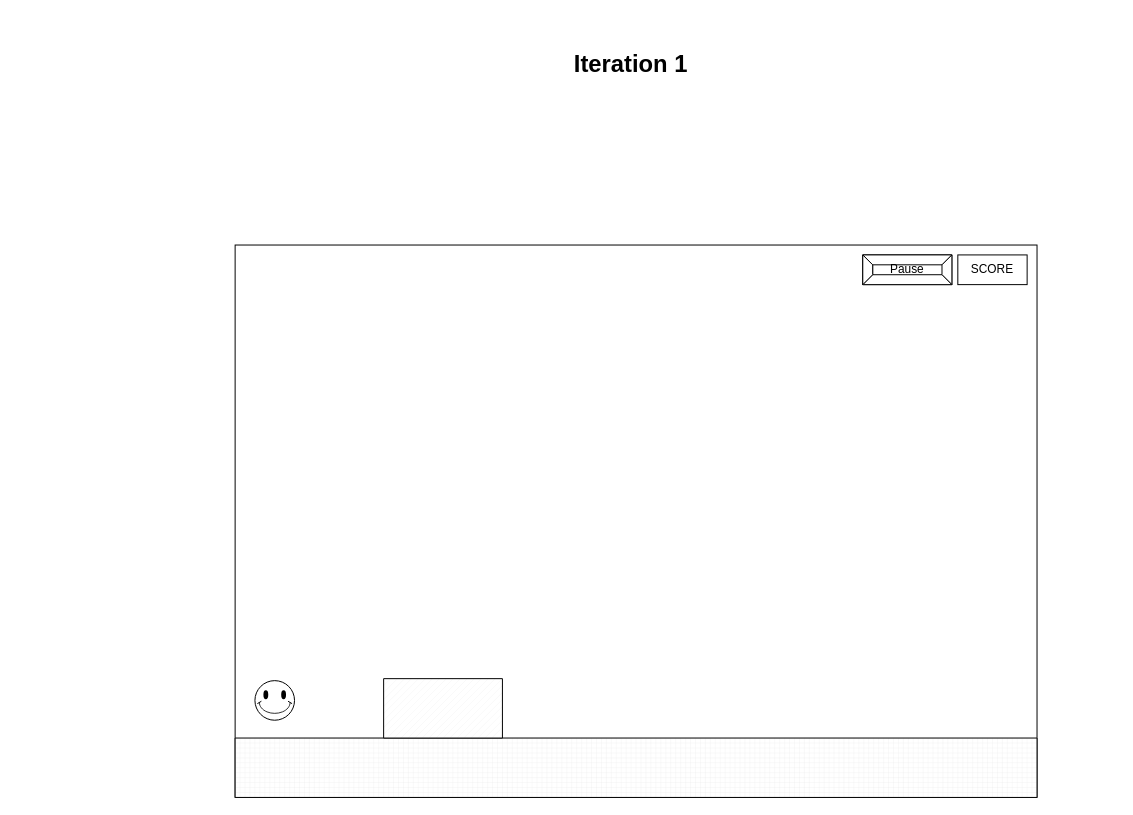
Earlier version of the draw.io diagram Project/UI Design.drawio (zveric/Computer-Science-Notes). Source tidied: cells renumbered, new cells numbered last; positions are measured from the earlier drawing's top-left corner, leaving out a move shared by most shapes. Both pictures are drawn from the tidied source at 99%, with x=0, y=0 at pixel (235, 45).
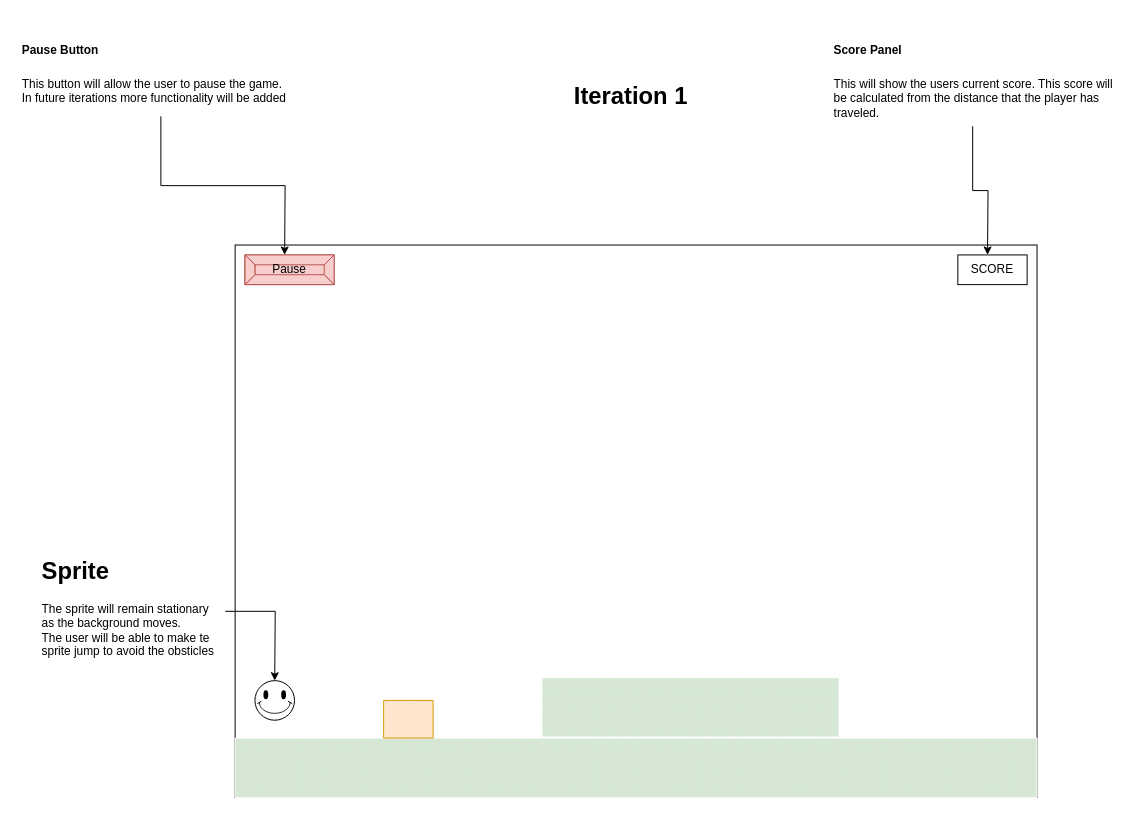
After the change.

Change to the diagram source:
```diff
@@
 <mxGraphModel>
   <root>
     <mxCell id="0" />
     <mxCell id="1" parent="0" />
     <mxCell id="2" value="&lt;h1&gt;Iteration 1&lt;/h1&gt;" style="text;html=1;strokeColor=none;fillColor=none;align=center;verticalAlign=middle;whiteSpace=wrap;rounded=0;" parent="1" vertex="1">
-      <mxGeometry x="320" width="160" height="40" as="geometry" />
+      <mxGeometry x="320" y="32" width="160" height="40" as="geometry" />
     </mxCell>
     <mxCell id="3" style="rounded=0;whiteSpace=wrap;html=1;" parent="1" vertex="1">
       <mxGeometry y="202" width="810" height="558" as="geometry" />
     </mxCell>
     <mxCell id="4" value="SCORE" style="rounded=0;whiteSpace=wrap;html=1;" parent="1" vertex="1">
       <mxGeometry x="730" y="212" width="70" height="30" as="geometry" />
     </mxCell>
-    <mxCell id="5" value="Pause" style="labelPosition=center;verticalLabelPosition=middle;align=center;html=1;shape=mxgraph.basic.button;dx=10;whiteSpace=wrap;" parent="1" vertex="1">
-      <mxGeometry x="634" y="212" width="90" height="30" as="geometry" />
+    <mxCell id="5" value="Pause" style="labelPosition=center;verticalLabelPosition=middle;align=center;html=1;shape=mxgraph.basic.button;dx=10;whiteSpace=wrap;fillColor=#f8cecc;strokeColor=#b85450;" parent="1" vertex="1">
+      <mxGeometry x="10" y="212" width="90" height="30" as="geometry" />
     </mxCell>
     <mxCell id="6" style="verticalLabelPosition=bottom;verticalAlign=top;html=1;shape=mxgraph.basic.smiley;" parent="1" vertex="1">
       <mxGeometry x="20" y="642" width="40" height="40" as="geometry" />
     </mxCell>
-    <mxCell id="7" style="verticalLabelPosition=bottom;verticalAlign=top;html=1;shape=mxgraph.basic.patternFillRect;fillStyle=grid;step=5;fillStrokeWidth=0.2;fillStrokeColor=#dddddd;" parent="1" vertex="1">
+    <mxCell id="7" style="verticalLabelPosition=bottom;verticalAlign=top;html=1;shape=mxgraph.basic.patternFillRect;fillStyle=grid;step=5;fillStrokeWidth=0.2;fillStrokeColor=#dddddd;fillColor=#d5e8d4;strokeColor=#ffffff;" parent="1" vertex="1">
       <mxGeometry y="700" width="810" height="60" as="geometry" />
     </mxCell>
-    <mxCell id="8" style="verticalLabelPosition=bottom;verticalAlign=top;html=1;shape=mxgraph.basic.patternFillRect;fillStyle=diag;step=5;fillStrokeWidth=0.2;fillStrokeColor=#dddddd;" parent="1" vertex="1">
-      <mxGeometry x="150" y="640" width="120" height="60" as="geometry" />
+    <mxCell id="8" style="verticalLabelPosition=bottom;verticalAlign=top;html=1;shape=mxgraph.basic.patternFillRect;fillStyle=diag;step=5;fillStrokeWidth=0.2;fillStrokeColor=#dddddd;fillColor=#ffe6cc;strokeColor=#d79b00;" parent="1" vertex="1">
+      <mxGeometry x="150" y="662" width="50" height="38" as="geometry" />
     </mxCell>
+    <mxCell id="9" style="edgeStyle=orthogonalEdgeStyle;rounded=0;jettySize=auto;html=1;exitX=0.5;exitY=1;exitDx=0;exitDy=0;" parent="1" edge="1" source="10">
+      <mxGeometry relative="1" as="geometry">
+        <mxPoint x="50" y="212" as="targetPoint" />
+      </mxGeometry>
+    </mxCell>
+    <mxCell id="10" value="&lt;h1&gt;&lt;span style=&quot;font-size: 12px;&quot;&gt;Pause Button&lt;/span&gt;&lt;/h1&gt;&lt;div&gt;&lt;span style=&quot;font-size: 12px;&quot;&gt;This button will allow the user to pause the game.&amp;nbsp;&lt;/span&gt;&lt;/div&gt;&lt;div&gt;In future iterations more functionality will be added&lt;/div&gt;" style="text;html=1;strokeColor=none;fillColor=none;spacing=5;spacingTop=-20;whiteSpace=wrap;overflow=hidden;rounded=0;" parent="1" vertex="1">
+      <mxGeometry x="-220" y="-18" width="290" height="90" as="geometry" />
+    </mxCell>
+    <mxCell id="11" style="edgeStyle=orthogonalEdgeStyle;rounded=0;jettySize=auto;html=1;exitX=0.5;exitY=1;exitDx=0;exitDy=0;" parent="1" edge="1" source="12">
+      <mxGeometry relative="1" as="geometry">
+        <mxPoint x="760" y="212" as="targetPoint" />
+      </mxGeometry>
+    </mxCell>
+    <mxCell id="12" value="&lt;h1&gt;&lt;span style=&quot;font-size: 12px;&quot;&gt;Score Panel&lt;/span&gt;&lt;/h1&gt;&lt;div&gt;&lt;span style=&quot;font-size: 12px;&quot;&gt;This will show the users current score. This score will be calculated from the distance that the player has traveled.&lt;/span&gt;&lt;/div&gt;" style="text;html=1;strokeColor=none;fillColor=none;spacing=5;spacingTop=-20;whiteSpace=wrap;overflow=hidden;rounded=0;" parent="1" vertex="1">
+      <mxGeometry x="600" y="-18" width="290" height="100" as="geometry" />
+    </mxCell>
+    <mxCell id="13" style="edgeStyle=orthogonalEdgeStyle;rounded=0;jettySize=auto;html=1;exitX=1;exitY=0.5;exitDx=0;exitDy=0;" parent="1" edge="1" source="14">
+      <mxGeometry relative="1" as="geometry">
+        <mxPoint x="40" y="642" as="targetPoint" />
+      </mxGeometry>
+    </mxCell>
+    <mxCell id="14" value="&lt;h1&gt;Sprite&lt;/h1&gt;&lt;div&gt;The sprite will remain stationary as the background moves.&lt;/div&gt;&lt;div&gt;The user will be able to make te sprite jump to avoid the obsticles&lt;/div&gt;" style="text;html=1;strokeColor=none;fillColor=none;spacing=5;spacingTop=-20;whiteSpace=wrap;overflow=hidden;rounded=0;" parent="1" vertex="1">
+      <mxGeometry x="-200" y="512" width="190" height="120" as="geometry" />
+    </mxCell>
+    <mxCell id="15" style="verticalLabelPosition=bottom;verticalAlign=top;html=1;shape=mxgraph.basic.patternFillRect;fillStyle=grid;step=5;fillStrokeWidth=0.2;fillStrokeColor=#dddddd;fillColor=#d5e8d4;strokeColor=#ffffff;" parent="1" vertex="1">
+      <mxGeometry x="310" y="639" width="300" height="60" as="geometry" />
+    </mxCell>
   </root>
 </mxGraphModel>
```
